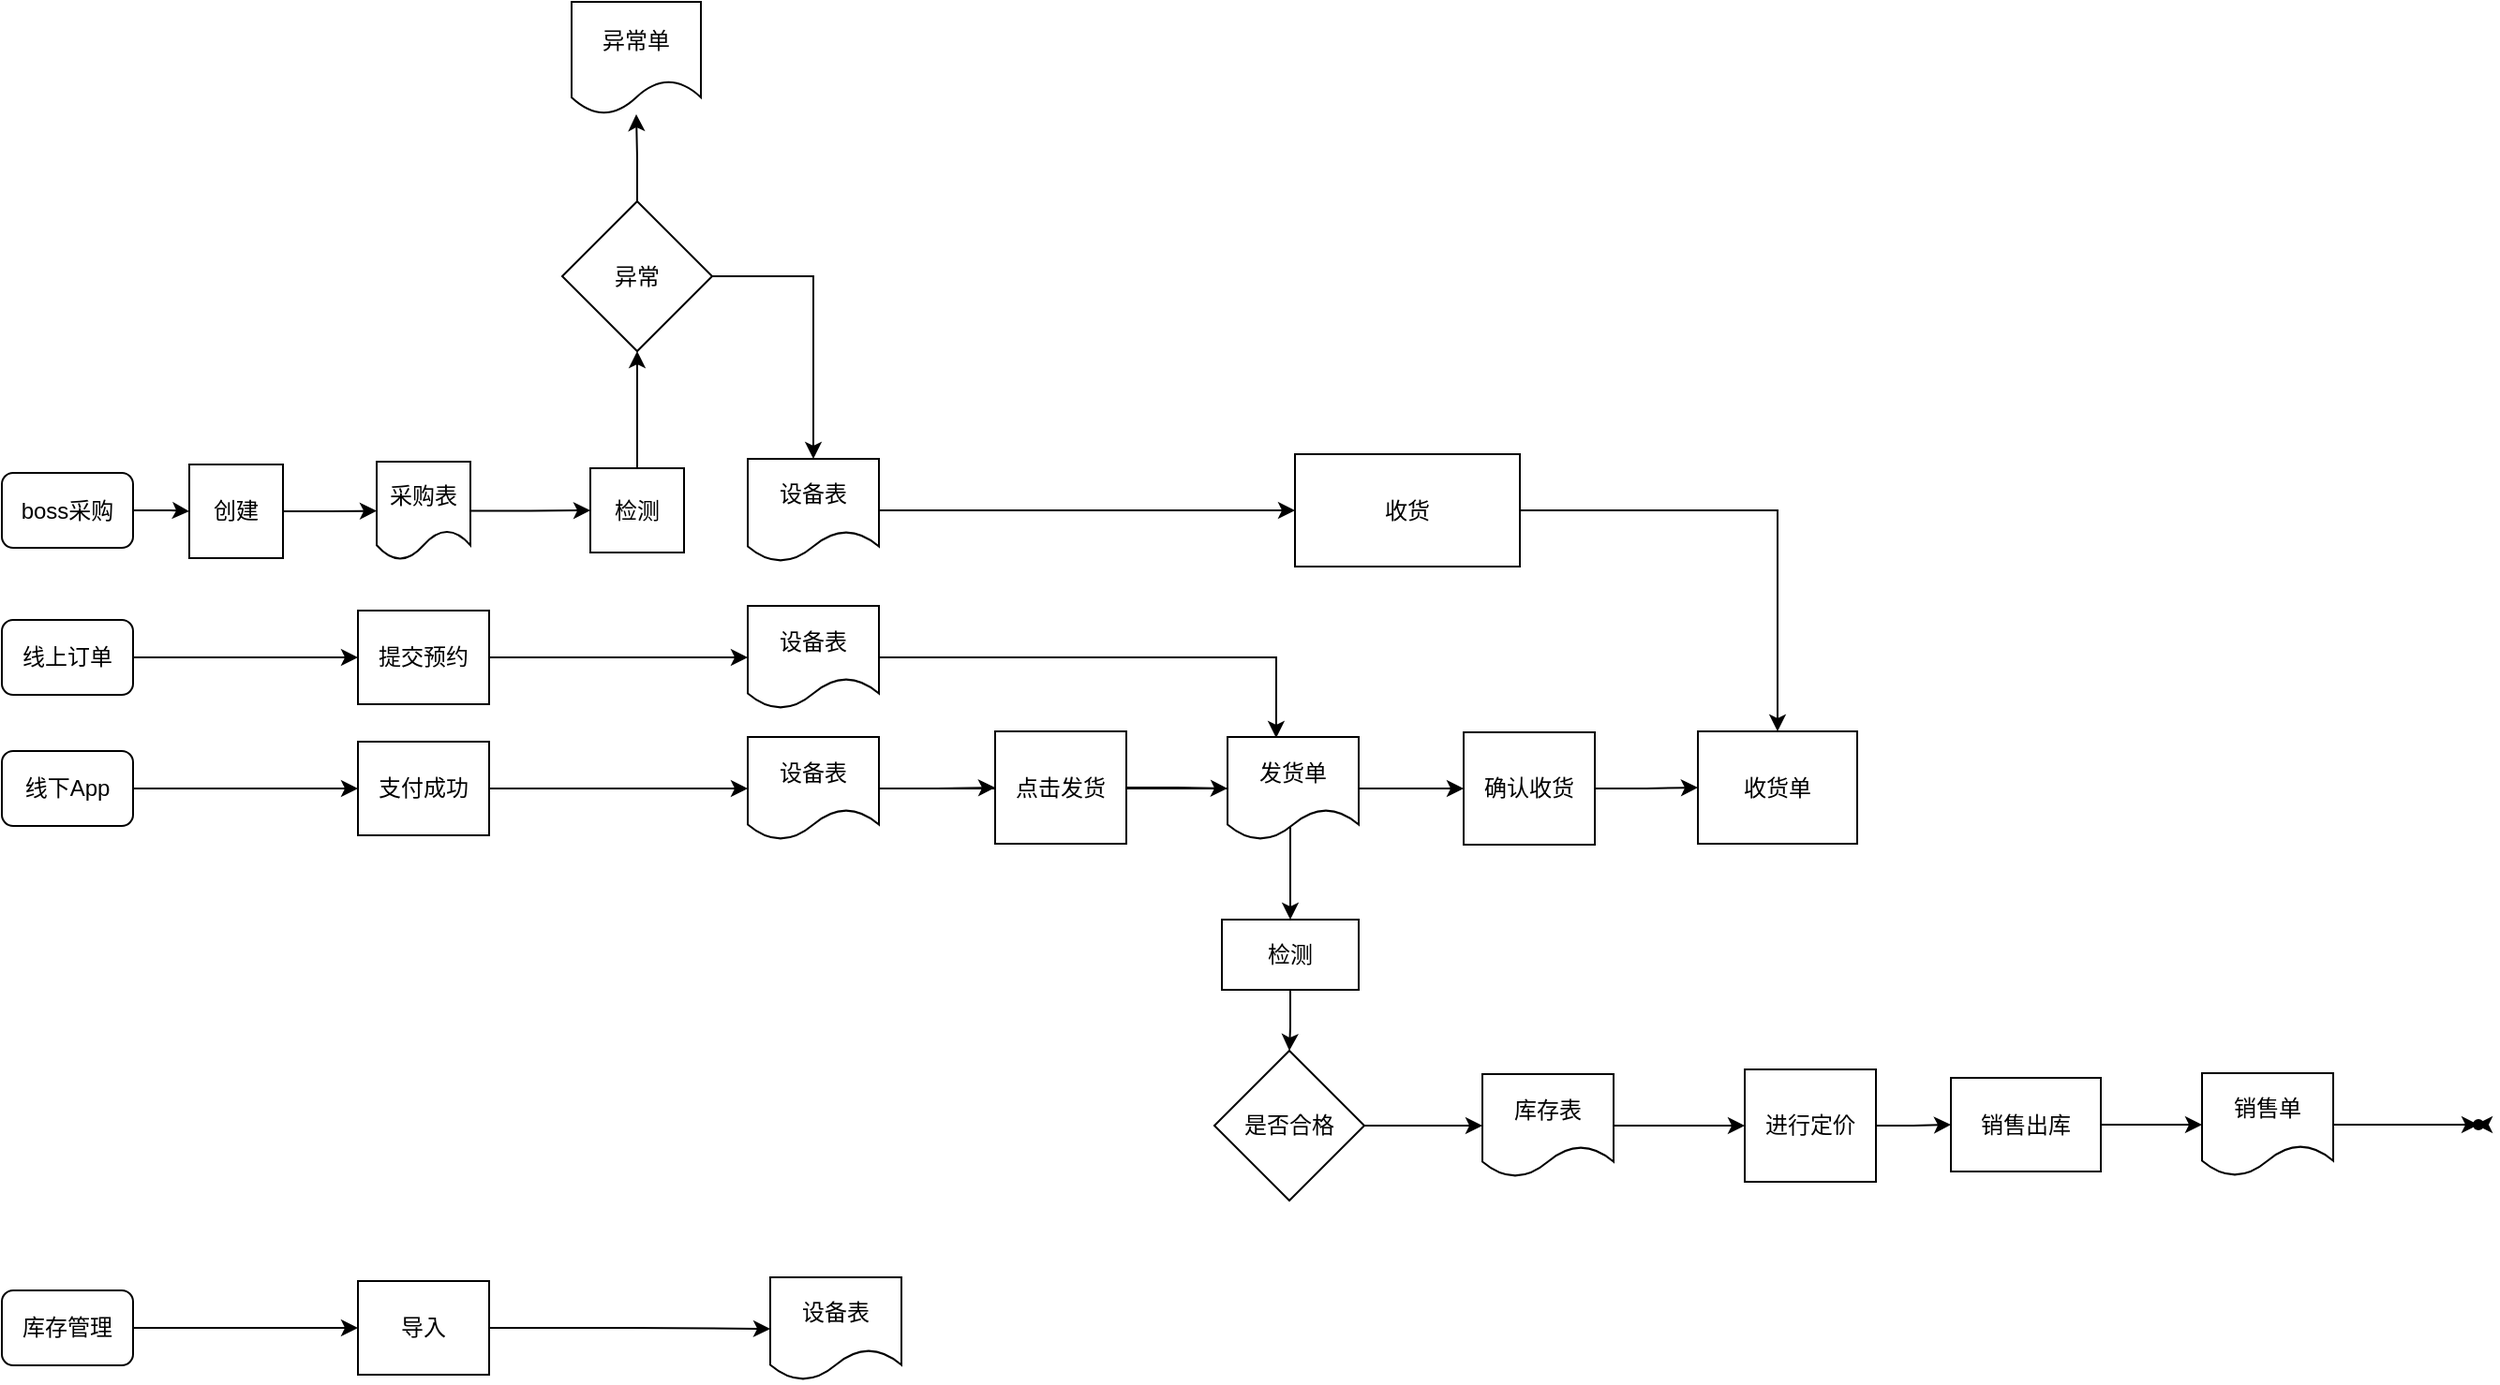
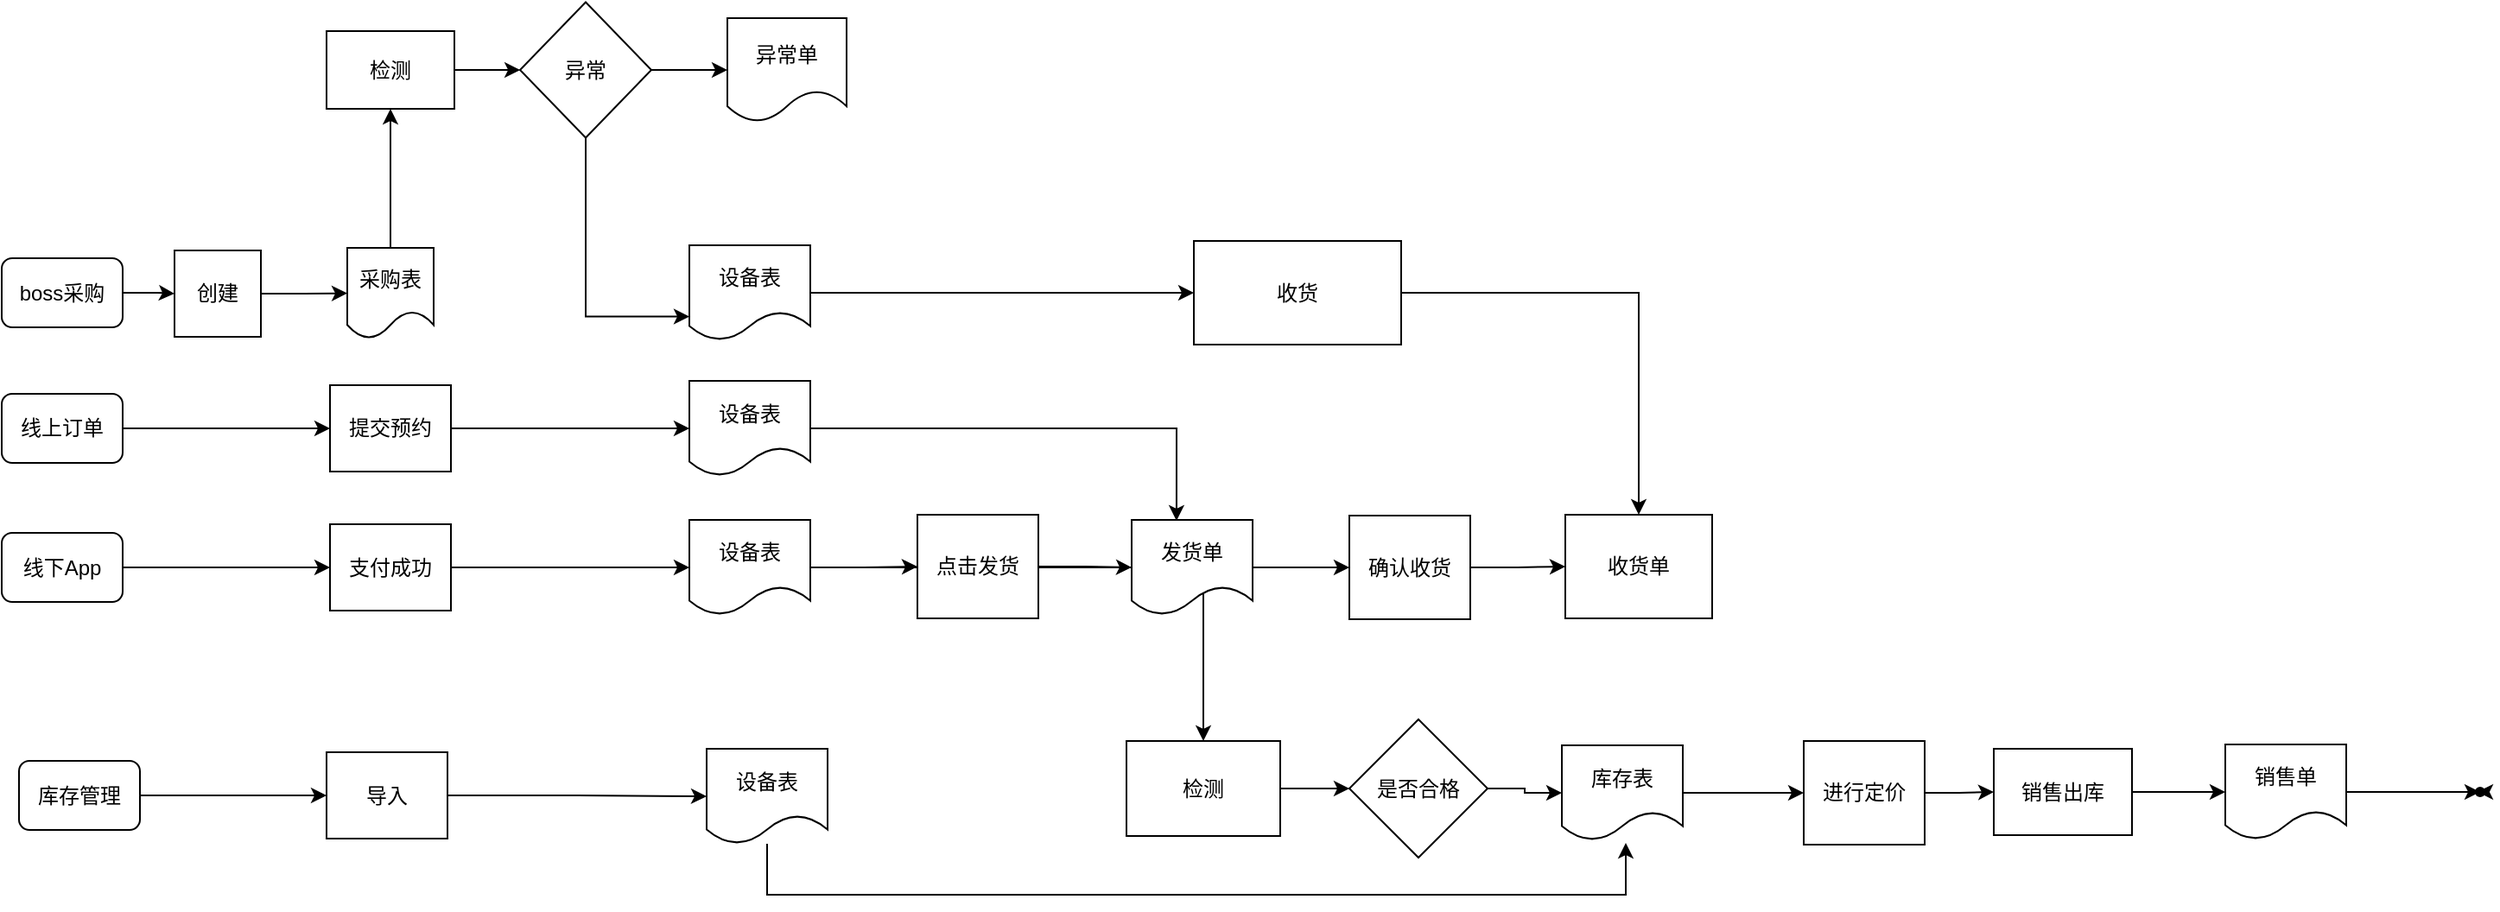
<mxfile host="app.diagrams.net">
  <diagram name="第 1 页" id="s3CgnVwbfZmktE_ADOAM">
    <mxGraphModel dx="1414" dy="1899" grid="1" gridSize="10" guides="1" tooltips="1" connect="1" arrows="1" fold="1" page="1" pageScale="1" pageWidth="827" pageHeight="1169" math="0" shadow="0">
      <root>
        <mxCell id="0" />
        <mxCell id="1" parent="0" />
        <mxCell id="9bAV4iDaCewVaVFpZhyE-6" edge="1" parent="1" source="9bAV4iDaCewVaVFpZhyE-1" style="edgeStyle=orthogonalEdgeStyle;rounded=0;orthogonalLoop=1;jettySize=auto;html=1;entryX=0;entryY=0.5;entryDx=0;entryDy=0;" target="9bAV4iDaCewVaVFpZhyE-5">
          <mxGeometry relative="1" as="geometry" />
        </mxCell>
        <mxCell id="9bAV4iDaCewVaVFpZhyE-1" parent="1" style="rounded=1;whiteSpace=wrap;html=1;" value="线上订单" vertex="1">
          <mxGeometry height="40" width="70" x="100" y="200" as="geometry" />
        </mxCell>
        <mxCell id="9bAV4iDaCewVaVFpZhyE-8" edge="1" parent="1" source="9bAV4iDaCewVaVFpZhyE-2" style="edgeStyle=orthogonalEdgeStyle;rounded=0;orthogonalLoop=1;jettySize=auto;html=1;entryX=0;entryY=0.5;entryDx=0;entryDy=0;" target="9bAV4iDaCewVaVFpZhyE-7">
          <mxGeometry relative="1" as="geometry" />
        </mxCell>
        <mxCell id="9bAV4iDaCewVaVFpZhyE-2" parent="1" style="rounded=1;whiteSpace=wrap;html=1;" value="线下App" vertex="1">
-           <mxGeometry height="40" width="70" x="100" y="270" as="geometry" />
+           <mxGeometry height="40" width="70" x="100" y="280.5" as="geometry" />
        </mxCell>
        <mxCell id="9bAV4iDaCewVaVFpZhyE-18" edge="1" parent="1" source="9bAV4iDaCewVaVFpZhyE-4" style="edgeStyle=orthogonalEdgeStyle;rounded=0;orthogonalLoop=1;jettySize=auto;html=1;entryX=0;entryY=0.5;entryDx=0;entryDy=0;" target="9bAV4iDaCewVaVFpZhyE-17">
          <mxGeometry relative="1" as="geometry" />
        </mxCell>
        <mxCell id="9bAV4iDaCewVaVFpZhyE-4" parent="1" style="rounded=1;whiteSpace=wrap;html=1;" value="boss采购" vertex="1">
          <mxGeometry height="40" width="70" x="100" y="121.5" as="geometry" />
        </mxCell>
        <mxCell id="9bAV4iDaCewVaVFpZhyE-13" edge="1" parent="1" source="9bAV4iDaCewVaVFpZhyE-5" style="edgeStyle=orthogonalEdgeStyle;rounded=0;orthogonalLoop=1;jettySize=auto;html=1;entryX=0;entryY=0.5;entryDx=0;entryDy=0;" target="9bAV4iDaCewVaVFpZhyE-10">
          <mxGeometry relative="1" as="geometry" />
        </mxCell>
        <mxCell id="9bAV4iDaCewVaVFpZhyE-5" parent="1" style="rounded=0;whiteSpace=wrap;html=1;" value="提交预约" vertex="1">
          <mxGeometry height="50" width="70" x="290" y="195" as="geometry" />
        </mxCell>
        <mxCell id="9bAV4iDaCewVaVFpZhyE-14" edge="1" parent="1" source="9bAV4iDaCewVaVFpZhyE-7" style="edgeStyle=orthogonalEdgeStyle;rounded=0;orthogonalLoop=1;jettySize=auto;html=1;entryX=0;entryY=0.5;entryDx=0;entryDy=0;" target="9bAV4iDaCewVaVFpZhyE-11">
          <mxGeometry relative="1" as="geometry" />
        </mxCell>
        <mxCell id="9bAV4iDaCewVaVFpZhyE-7" parent="1" style="rounded=0;whiteSpace=wrap;html=1;" value="支付成功" vertex="1">
-           <mxGeometry height="50" width="70" x="290" y="265" as="geometry" />
-         </mxCell>
-         <mxCell id="GVKssT9AvyQaVMVPeHK4-57" edge="1" parent="1" source="9bAV4iDaCewVaVFpZhyE-9" style="edgeStyle=orthogonalEdgeStyle;rounded=0;orthogonalLoop=1;jettySize=auto;html=1;" target="GVKssT9AvyQaVMVPeHK4-56" value="">
+           <mxGeometry height="50" width="70" x="290" y="275.5" as="geometry" />
+         </mxCell>
+         <mxCell id="GVKssT9AvyQaVMVPeHK4-71" edge="1" parent="1" source="9bAV4iDaCewVaVFpZhyE-9" style="edgeStyle=orthogonalEdgeStyle;rounded=0;orthogonalLoop=1;jettySize=auto;html=1;" target="GVKssT9AvyQaVMVPeHK4-56" value="">
          <mxGeometry relative="1" as="geometry" />
        </mxCell>
        <mxCell id="9bAV4iDaCewVaVFpZhyE-9" parent="1" style="rounded=0;whiteSpace=wrap;html=1;" value="检测" vertex="1">
-           <mxGeometry height="45" width="50" x="414" y="119" as="geometry" />
+           <mxGeometry height="45" width="74" x="288" y="-10" as="geometry" />
        </mxCell>
        <mxCell id="9bAV4iDaCewVaVFpZhyE-10" parent="1" style="shape=document;whiteSpace=wrap;html=1;boundedLbl=1;" value="设备表" vertex="1">
          <mxGeometry height="55" width="70" x="498" y="192.5" as="geometry" />
        </mxCell>
        <mxCell id="GVKssT9AvyQaVMVPeHK4-16" edge="1" parent="1" source="9bAV4iDaCewVaVFpZhyE-11" style="edgeStyle=orthogonalEdgeStyle;rounded=0;orthogonalLoop=1;jettySize=auto;html=1;entryX=0.5;entryY=0;entryDx=0;entryDy=0;" target="GVKssT9AvyQaVMVPeHK4-11">
          <mxGeometry relative="1" as="geometry" />
        </mxCell>
        <mxCell id="GVKssT9AvyQaVMVPeHK4-46" edge="1" parent="1" source="9bAV4iDaCewVaVFpZhyE-11" style="edgeStyle=orthogonalEdgeStyle;rounded=0;orthogonalLoop=1;jettySize=auto;html=1;entryX=0;entryY=0.5;entryDx=0;entryDy=0;" target="GVKssT9AvyQaVMVPeHK4-45">
          <mxGeometry relative="1" as="geometry" />
        </mxCell>
        <mxCell id="9bAV4iDaCewVaVFpZhyE-11" parent="1" style="shape=document;whiteSpace=wrap;html=1;boundedLbl=1;" value="设备表" vertex="1">
-           <mxGeometry height="55" width="70" x="498" y="262.5" as="geometry" />
+           <mxGeometry height="55" width="70" x="498" y="273" as="geometry" />
        </mxCell>
        <mxCell id="GVKssT9AvyQaVMVPeHK4-54" edge="1" parent="1" source="9bAV4iDaCewVaVFpZhyE-12" style="edgeStyle=orthogonalEdgeStyle;rounded=0;orthogonalLoop=1;jettySize=auto;html=1;" target="GVKssT9AvyQaVMVPeHK4-53" value="">
          <mxGeometry relative="1" as="geometry" />
        </mxCell>
        <mxCell id="9bAV4iDaCewVaVFpZhyE-12" parent="1" style="shape=document;whiteSpace=wrap;html=1;boundedLbl=1;" value="设备表" vertex="1">
          <mxGeometry height="55" width="70" x="498" y="114" as="geometry" />
        </mxCell>
        <mxCell id="9bAV4iDaCewVaVFpZhyE-20" edge="1" parent="1" source="9bAV4iDaCewVaVFpZhyE-17" style="edgeStyle=orthogonalEdgeStyle;rounded=0;orthogonalLoop=1;jettySize=auto;html=1;entryX=0;entryY=0.5;entryDx=0;entryDy=0;" target="9bAV4iDaCewVaVFpZhyE-19">
          <mxGeometry relative="1" as="geometry" />
        </mxCell>
        <mxCell id="9bAV4iDaCewVaVFpZhyE-17" parent="1" style="rounded=0;whiteSpace=wrap;html=1;" value="创建" vertex="1">
          <mxGeometry height="50" width="50" x="200" y="117" as="geometry" />
        </mxCell>
-         <mxCell id="9bAV4iDaCewVaVFpZhyE-21" edge="1" parent="1" source="9bAV4iDaCewVaVFpZhyE-19" style="edgeStyle=orthogonalEdgeStyle;rounded=0;orthogonalLoop=1;jettySize=auto;html=1;entryX=0;entryY=0.5;entryDx=0;entryDy=0;" target="9bAV4iDaCewVaVFpZhyE-9">
+         <mxCell id="GVKssT9AvyQaVMVPeHK4-70" edge="1" parent="1" source="9bAV4iDaCewVaVFpZhyE-19" style="edgeStyle=orthogonalEdgeStyle;rounded=0;orthogonalLoop=1;jettySize=auto;html=1;" target="9bAV4iDaCewVaVFpZhyE-9" value="">
          <mxGeometry relative="1" as="geometry" />
        </mxCell>
        <mxCell id="9bAV4iDaCewVaVFpZhyE-19" parent="1" style="shape=document;whiteSpace=wrap;html=1;boundedLbl=1;" value="采购表" vertex="1">
          <mxGeometry height="52.5" width="50" x="300" y="115.5" as="geometry" />
        </mxCell>
-         <mxCell id="GVKssT9AvyQaVMVPeHK4-5" edge="1" parent="1" source="GVKssT9AvyQaVMVPeHK4-11" style="edgeStyle=orthogonalEdgeStyle;rounded=0;orthogonalLoop=1;jettySize=auto;html=1;entryX=0.5;entryY=0;entryDx=0;entryDy=0;" target="GVKssT9AvyQaVMVPeHK4-10" value="">
-           <mxGeometry relative="1" as="geometry">
-             <mxPoint x="780" y="252.5" as="sourcePoint" />
-             <mxPoint x="700" y="370" as="targetPoint" />
-           </mxGeometry>
-         </mxCell>
        <mxCell id="GVKssT9AvyQaVMVPeHK4-67" edge="1" parent="1" source="GVKssT9AvyQaVMVPeHK4-10" style="edgeStyle=orthogonalEdgeStyle;rounded=0;orthogonalLoop=1;jettySize=auto;html=1;" target="GVKssT9AvyQaVMVPeHK4-13" value="">
          <mxGeometry relative="1" as="geometry" />
        </mxCell>
        <mxCell id="GVKssT9AvyQaVMVPeHK4-10" parent="1" style="rhombus;whiteSpace=wrap;html=1;" value="是否合格" vertex="1">
-           <mxGeometry height="80" width="80" x="747" y="430" as="geometry" />
+           <mxGeometry height="80" width="80" x="880" y="388.5" as="geometry" />
+         </mxCell>
+         <mxCell id="GVKssT9AvyQaVMVPeHK4-74" edge="1" parent="1" source="GVKssT9AvyQaVMVPeHK4-11" style="edgeStyle=orthogonalEdgeStyle;rounded=0;orthogonalLoop=1;jettySize=auto;html=1;" target="GVKssT9AvyQaVMVPeHK4-10" value="">
+           <mxGeometry relative="1" as="geometry" />
        </mxCell>
        <mxCell id="GVKssT9AvyQaVMVPeHK4-11" parent="1" style="rounded=0;whiteSpace=wrap;html=1;" value="&lt;span style=&quot;text-align: left;&quot;&gt;检测&lt;/span&gt;" vertex="1">
-           <mxGeometry height="37.5" width="73" x="751" y="360" as="geometry" />
+           <mxGeometry height="55" width="89" x="751" y="401" as="geometry" />
        </mxCell>
        <mxCell id="GVKssT9AvyQaVMVPeHK4-60" edge="1" parent="1" source="GVKssT9AvyQaVMVPeHK4-13" style="edgeStyle=orthogonalEdgeStyle;rounded=0;orthogonalLoop=1;jettySize=auto;html=1;" target="GVKssT9AvyQaVMVPeHK4-19" value="">
          <mxGeometry relative="1" as="geometry" />
        </mxCell>
        <mxCell id="GVKssT9AvyQaVMVPeHK4-13" parent="1" style="shape=document;whiteSpace=wrap;html=1;boundedLbl=1;" value="库存表" vertex="1">
-           <mxGeometry height="55" width="70" x="890" y="442.5" as="geometry" />
+           <mxGeometry height="55" width="70" x="1003" y="403.5" as="geometry" />
        </mxCell>
        <mxCell id="GVKssT9AvyQaVMVPeHK4-22" edge="1" parent="1" source="GVKssT9AvyQaVMVPeHK4-19" style="edgeStyle=orthogonalEdgeStyle;rounded=0;orthogonalLoop=1;jettySize=auto;html=1;" target="GVKssT9AvyQaVMVPeHK4-21" value="">
          <mxGeometry relative="1" as="geometry" />
        </mxCell>
        <mxCell id="GVKssT9AvyQaVMVPeHK4-19" parent="1" style="rounded=0;whiteSpace=wrap;html=1;" value="进行定价" vertex="1">
-           <mxGeometry height="60" width="70" x="1030" y="440" as="geometry" />
+           <mxGeometry height="60" width="70" x="1143" y="401" as="geometry" />
        </mxCell>
        <mxCell id="GVKssT9AvyQaVMVPeHK4-25" edge="1" parent="1" source="GVKssT9AvyQaVMVPeHK4-21" style="edgeStyle=orthogonalEdgeStyle;rounded=0;orthogonalLoop=1;jettySize=auto;html=1;" target="GVKssT9AvyQaVMVPeHK4-24" value="">
          <mxGeometry relative="1" as="geometry" />
        </mxCell>
        <mxCell id="GVKssT9AvyQaVMVPeHK4-21" parent="1" style="whiteSpace=wrap;html=1;rounded=0;" value="销售出库" vertex="1">
-           <mxGeometry height="50" width="80" x="1140" y="444.5" as="geometry" />
+           <mxGeometry height="50" width="80" x="1253" y="405.5" as="geometry" />
        </mxCell>
        <mxCell id="GVKssT9AvyQaVMVPeHK4-62" edge="1" parent="1" source="GVKssT9AvyQaVMVPeHK4-61" style="edgeStyle=orthogonalEdgeStyle;rounded=0;orthogonalLoop=1;jettySize=auto;html=1;" value="">
          <mxGeometry relative="1" as="geometry">
-             <mxPoint x="1420" y="470" as="targetPoint" />
+             <mxPoint x="1533" y="431" as="targetPoint" />
          </mxGeometry>
        </mxCell>
        <mxCell id="GVKssT9AvyQaVMVPeHK4-24" parent="1" style="shape=document;whiteSpace=wrap;html=1;boundedLbl=1;" value="销售单" vertex="1">
-           <mxGeometry height="55" width="70" x="1274" y="442" as="geometry" />
+           <mxGeometry height="55" width="70" x="1387" y="403" as="geometry" />
        </mxCell>
        <mxCell id="GVKssT9AvyQaVMVPeHK4-50" edge="1" parent="1" source="GVKssT9AvyQaVMVPeHK4-26" style="edgeStyle=orthogonalEdgeStyle;rounded=0;orthogonalLoop=1;jettySize=auto;html=1;" target="GVKssT9AvyQaVMVPeHK4-49" value="">
          <mxGeometry relative="1" as="geometry" />
        </mxCell>
        <mxCell id="GVKssT9AvyQaVMVPeHK4-26" parent="1" style="shape=document;whiteSpace=wrap;html=1;boundedLbl=1;" value="发货单" vertex="1">
-           <mxGeometry height="55" width="70" x="754" y="262.5" as="geometry" />
+           <mxGeometry height="55" width="70" x="754" y="273" as="geometry" />
        </mxCell>
        <mxCell id="GVKssT9AvyQaVMVPeHK4-30" edge="1" parent="1" source="9bAV4iDaCewVaVFpZhyE-2" style="edgeStyle=orthogonalEdgeStyle;rounded=0;orthogonalLoop=1;jettySize=auto;html=1;exitX=0.5;exitY=1;exitDx=0;exitDy=0;" target="9bAV4iDaCewVaVFpZhyE-2">
          <mxGeometry relative="1" as="geometry" />
        </mxCell>
        <mxCell id="GVKssT9AvyQaVMVPeHK4-31" edge="1" parent="1" style="edgeStyle=orthogonalEdgeStyle;rounded=0;orthogonalLoop=1;jettySize=auto;html=1;exitX=0.5;exitY=1;exitDx=0;exitDy=0;">
          <mxGeometry relative="1" as="geometry">
            <mxPoint x="200" y="390" as="sourcePoint" />
            <mxPoint x="200" y="390" as="targetPoint" />
          </mxGeometry>
        </mxCell>
        <mxCell id="GVKssT9AvyQaVMVPeHK4-34" edge="1" parent="1" source="GVKssT9AvyQaVMVPeHK4-32" style="edgeStyle=orthogonalEdgeStyle;rounded=0;orthogonalLoop=1;jettySize=auto;html=1;entryX=0;entryY=0.5;entryDx=0;entryDy=0;" target="GVKssT9AvyQaVMVPeHK4-33">
          <mxGeometry relative="1" as="geometry" />
        </mxCell>
        <mxCell id="GVKssT9AvyQaVMVPeHK4-32" parent="1" style="rounded=1;whiteSpace=wrap;html=1;" value="库存管理" vertex="1">
-           <mxGeometry height="40" width="70" x="100" y="558" as="geometry" />
+           <mxGeometry height="40" width="70" x="110" y="412.5" as="geometry" />
        </mxCell>
        <mxCell id="GVKssT9AvyQaVMVPeHK4-33" parent="1" style="rounded=0;whiteSpace=wrap;html=1;" value="导入" vertex="1">
-           <mxGeometry height="50" width="70" x="290" y="553" as="geometry" />
+           <mxGeometry height="50" width="70" x="288" y="407.5" as="geometry" />
        </mxCell>
        <mxCell id="GVKssT9AvyQaVMVPeHK4-39" edge="1" parent="1" style="edgeStyle=orthogonalEdgeStyle;rounded=0;orthogonalLoop=1;jettySize=auto;html=1;exitX=0.5;exitY=1;exitDx=0;exitDy=0;">
          <mxGeometry relative="1" as="geometry">
-             <mxPoint x="135" y="599" as="sourcePoint" />
-             <mxPoint x="135" y="599" as="targetPoint" />
+             <mxPoint x="133" y="453.5" as="sourcePoint" />
+             <mxPoint x="133" y="453.5" as="targetPoint" />
+           </mxGeometry>
+         </mxCell>
+         <mxCell id="GVKssT9AvyQaVMVPeHK4-75" edge="1" parent="1" source="GVKssT9AvyQaVMVPeHK4-40" style="edgeStyle=orthogonalEdgeStyle;rounded=0;orthogonalLoop=1;jettySize=auto;html=1;">
+           <mxGeometry relative="1" as="geometry">
+             <Array as="points">
+               <mxPoint x="543" y="490" />
+               <mxPoint x="1040" y="490" />
+             </Array>
+             <mxPoint x="1040" y="460" as="targetPoint" />
          </mxGeometry>
        </mxCell>
        <mxCell id="GVKssT9AvyQaVMVPeHK4-40" parent="1" style="shape=document;whiteSpace=wrap;html=1;boundedLbl=1;" value="设备表" vertex="1">
-           <mxGeometry height="55" width="70" x="510" y="551" as="geometry" />
+           <mxGeometry height="55" width="70" x="508" y="405.5" as="geometry" />
        </mxCell>
        <mxCell id="GVKssT9AvyQaVMVPeHK4-41" edge="1" parent="1" source="GVKssT9AvyQaVMVPeHK4-33" style="edgeStyle=orthogonalEdgeStyle;rounded=0;orthogonalLoop=1;jettySize=auto;html=1;entryX=0;entryY=0.5;entryDx=0;entryDy=0;" target="GVKssT9AvyQaVMVPeHK4-40">
          <mxGeometry relative="1" as="geometry" />
        </mxCell>
        <mxCell id="GVKssT9AvyQaVMVPeHK4-47" edge="1" parent="1" source="GVKssT9AvyQaVMVPeHK4-45" style="edgeStyle=orthogonalEdgeStyle;rounded=0;orthogonalLoop=1;jettySize=auto;html=1;entryX=0;entryY=0.5;entryDx=0;entryDy=0;" target="GVKssT9AvyQaVMVPeHK4-26">
          <mxGeometry relative="1" as="geometry" />
        </mxCell>
        <mxCell id="GVKssT9AvyQaVMVPeHK4-45" parent="1" style="rounded=0;whiteSpace=wrap;html=1;" value="点击发货" vertex="1">
-           <mxGeometry height="60" width="70" x="630" y="259.5" as="geometry" />
+           <mxGeometry height="60" width="70" x="630" y="270" as="geometry" />
        </mxCell>
        <mxCell id="GVKssT9AvyQaVMVPeHK4-48" edge="1" parent="1" source="9bAV4iDaCewVaVFpZhyE-10" style="edgeStyle=orthogonalEdgeStyle;rounded=0;orthogonalLoop=1;jettySize=auto;html=1;entryX=0.371;entryY=0.009;entryDx=0;entryDy=0;entryPerimeter=0;" target="GVKssT9AvyQaVMVPeHK4-26">
          <mxGeometry relative="1" as="geometry" />
        </mxCell>
        <mxCell id="GVKssT9AvyQaVMVPeHK4-52" edge="1" parent="1" source="GVKssT9AvyQaVMVPeHK4-49" style="edgeStyle=orthogonalEdgeStyle;rounded=0;orthogonalLoop=1;jettySize=auto;html=1;" target="GVKssT9AvyQaVMVPeHK4-51" value="">
          <mxGeometry relative="1" as="geometry" />
        </mxCell>
        <mxCell id="GVKssT9AvyQaVMVPeHK4-49" parent="1" style="whiteSpace=wrap;html=1;" value="确认收货" vertex="1">
-           <mxGeometry height="60" width="70" x="880" y="260" as="geometry" />
+           <mxGeometry height="60" width="70" x="880" y="270.5" as="geometry" />
        </mxCell>
        <mxCell id="GVKssT9AvyQaVMVPeHK4-51" parent="1" style="whiteSpace=wrap;html=1;" value="收货单" vertex="1">
-           <mxGeometry height="60" width="85" x="1005" y="259.5" as="geometry" />
+           <mxGeometry height="60" width="85" x="1005" y="270" as="geometry" />
        </mxCell>
        <mxCell id="GVKssT9AvyQaVMVPeHK4-55" edge="1" parent="1" source="GVKssT9AvyQaVMVPeHK4-53" style="edgeStyle=orthogonalEdgeStyle;rounded=0;orthogonalLoop=1;jettySize=auto;html=1;entryX=0.5;entryY=0;entryDx=0;entryDy=0;" target="GVKssT9AvyQaVMVPeHK4-51">
          <mxGeometry relative="1" as="geometry" />
        </mxCell>
        <mxCell id="GVKssT9AvyQaVMVPeHK4-53" parent="1" style="whiteSpace=wrap;html=1;" value="收货" vertex="1">
          <mxGeometry height="60" width="120" x="790" y="111.5" as="geometry" />
        </mxCell>
-         <mxCell id="GVKssT9AvyQaVMVPeHK4-59" edge="1" parent="1" source="GVKssT9AvyQaVMVPeHK4-56" style="edgeStyle=orthogonalEdgeStyle;rounded=0;orthogonalLoop=1;jettySize=auto;html=1;" target="GVKssT9AvyQaVMVPeHK4-58" value="">
-           <mxGeometry relative="1" as="geometry" />
-         </mxCell>
-         <mxCell id="GVKssT9AvyQaVMVPeHK4-66" edge="1" parent="1" source="GVKssT9AvyQaVMVPeHK4-56" style="edgeStyle=orthogonalEdgeStyle;rounded=0;orthogonalLoop=1;jettySize=auto;html=1;" target="9bAV4iDaCewVaVFpZhyE-12">
+         <mxCell id="GVKssT9AvyQaVMVPeHK4-72" edge="1" parent="1" source="GVKssT9AvyQaVMVPeHK4-56" style="edgeStyle=orthogonalEdgeStyle;rounded=0;orthogonalLoop=1;jettySize=auto;html=1;" target="GVKssT9AvyQaVMVPeHK4-58" value="">
+           <mxGeometry relative="1" as="geometry" />
+         </mxCell>
+         <mxCell id="GVKssT9AvyQaVMVPeHK4-73" edge="1" parent="1" source="GVKssT9AvyQaVMVPeHK4-56" style="edgeStyle=orthogonalEdgeStyle;rounded=0;orthogonalLoop=1;jettySize=auto;html=1;entryX=0;entryY=0.75;entryDx=0;entryDy=0;exitX=0.5;exitY=1;exitDx=0;exitDy=0;" target="9bAV4iDaCewVaVFpZhyE-12">
          <mxGeometry relative="1" as="geometry" />
        </mxCell>
        <mxCell id="GVKssT9AvyQaVMVPeHK4-56" parent="1" style="rhombus;whiteSpace=wrap;html=1;rounded=0;" value="异常" vertex="1">
-           <mxGeometry height="80" width="80" x="399" y="-23.5" as="geometry" />
+           <mxGeometry height="78.5" width="76" x="400" y="-26.75" as="geometry" />
        </mxCell>
        <mxCell id="GVKssT9AvyQaVMVPeHK4-58" parent="1" style="shape=document;whiteSpace=wrap;html=1;boundedLbl=1;rounded=0;" value="异常单" vertex="1">
-           <mxGeometry height="60" width="69" x="404" y="-130" as="geometry" />
+           <mxGeometry height="60" width="69" x="520" y="-17.5" as="geometry" />
        </mxCell>
        <mxCell id="GVKssT9AvyQaVMVPeHK4-65" edge="1" parent="1" source="GVKssT9AvyQaVMVPeHK4-24" style="edgeStyle=orthogonalEdgeStyle;rounded=0;orthogonalLoop=1;jettySize=auto;html=1;" target="GVKssT9AvyQaVMVPeHK4-61" value="">
          <mxGeometry relative="1" as="geometry">
-             <mxPoint x="1344" y="470" as="sourcePoint" />
-             <mxPoint x="1420" y="470" as="targetPoint" />
+             <mxPoint x="1457" y="431" as="sourcePoint" />
+             <mxPoint x="1533" y="431" as="targetPoint" />
          </mxGeometry>
        </mxCell>
        <mxCell id="GVKssT9AvyQaVMVPeHK4-61" parent="1" style="shape=waypoint;sketch=0;size=6;pointerEvents=1;points=[];fillColor=default;resizable=0;rotatable=0;perimeter=centerPerimeter;snapToPoint=1;" value="" vertex="1">
-           <mxGeometry height="20" width="20" x="1411.5" y="459.5" as="geometry" />
+           <mxGeometry height="20" width="20" x="1524.5" y="420.5" as="geometry" />
        </mxCell>
      </root>
    </mxGraphModel>
  </diagram>
</mxfile>
